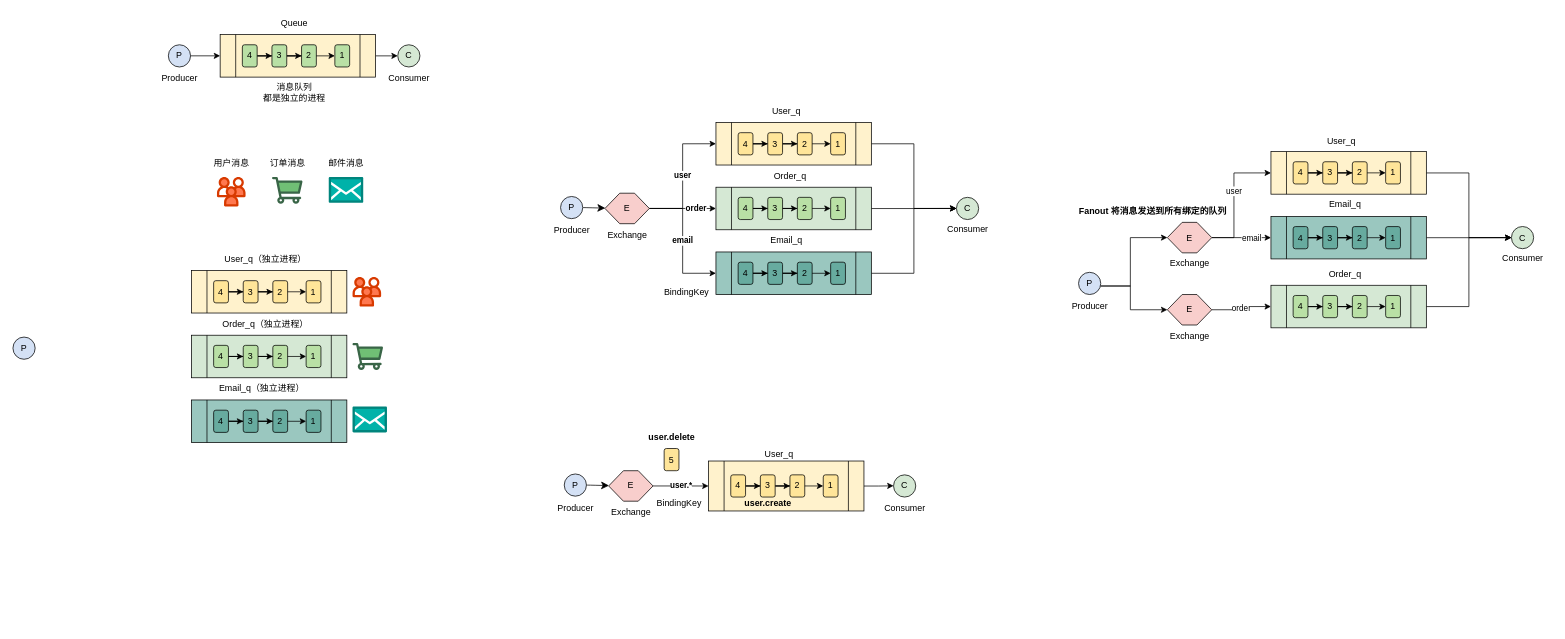
Earlier version of the draw.io diagram Drawio/RabbitMQ.drawio (RainbowJier/RabbitMQ). Source tidied: cells renumbered, new cells numbered last; positions are measured from the earlier drawing's top-left corner, leaving out a move shared by most shapes. Both pictures are drawn from the tidied source at 74%, with x=0, y=0 at pixel (13, 12).
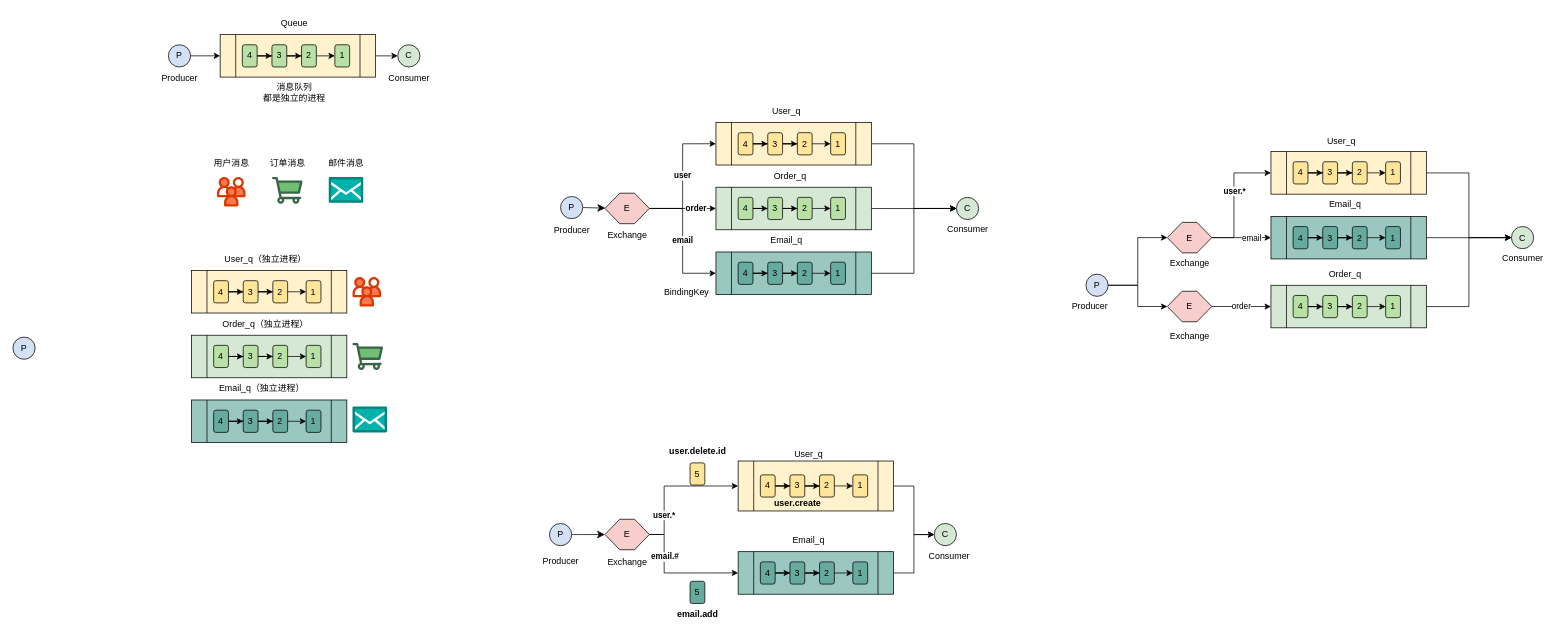
The same diagram, later.

The change refers to these unchanged cells:
```xml
<mxCell id="135" style="edgeStyle=orthogonalEdgeStyle;rounded=0;jettySize=auto;html=1;entryX=0;entryY=0.5;entryDx=0;entryDy=0;fontStyle=1;" parent="1" edge="1" source="139" target="120">
  <mxGeometry relative="1" as="geometry">
    <Array as="points">
      <mxPoint x="1650" y="305" />
      <mxPoint x="1650" y="217" />
    </Array>
  </mxGeometry>
</mxCell>
<mxCell id="139" value="E" style="shape=hexagon;perimeter=hexagonPerimeter2;whiteSpace=wrap;html=1;fixedSize=1;fillColor=#F8CECC;" parent="1" vertex="1">
  <mxGeometry x="1560" y="284" width="60" height="41.2" as="geometry" />
</mxCell>
```

The edit, as a diff of the source:
```diff
@@
-    <mxCell id="76" style="shape=process;whiteSpace=wrap;html=1;backgroundOutline=1;fillColor=#9AC7BF;" parent="1" vertex="1">
-      <mxGeometry x="950" y="324" width="210" height="57.5" as="geometry" />
-    </mxCell>
-    <mxCell id="77" style="edgeStyle=orthogonalEdgeStyle;rounded=0;jettySize=auto;html=1;" parent="1" edge="1" source="78" target="80">
-      <mxGeometry relative="1" as="geometry" />
-    </mxCell>
-    <mxCell id="78" value="4" style="rounded=1;whiteSpace=wrap;html=1;fillColor=#67AB9F;" parent="1" vertex="1">
-      <mxGeometry x="980" y="337.8" width="20" height="30" as="geometry" />
-    </mxCell>
-    <mxCell id="79" style="edgeStyle=orthogonalEdgeStyle;rounded=0;jettySize=auto;html=1;" parent="1" edge="1" source="80" target="82">
-      <mxGeometry relative="1" as="geometry" />
-    </mxCell>
-    <mxCell id="80" value="3" style="rounded=1;whiteSpace=wrap;html=1;fillColor=#67AB9F;" parent="1" vertex="1">
-      <mxGeometry x="1020" y="337.8" width="20" height="30" as="geometry" />
-    </mxCell>
-    <mxCell id="81" style="edgeStyle=orthogonalEdgeStyle;rounded=0;orthogonalLoop=1;jettySize=auto;html=1;" parent="1" edge="1">
-      <mxGeometry relative="1" as="geometry">
-        <mxPoint x="1075" y="352.8" as="sourcePoint" />
-        <mxPoint x="1105" y="352.8" as="targetPoint" />
-      </mxGeometry>
-    </mxCell>
-    <mxCell id="82" value="2" style="rounded=1;whiteSpace=wrap;html=1;fillColor=#67AB9F;" parent="1" vertex="1">
-      <mxGeometry x="1060" y="337.8" width="20" height="30" as="geometry" />
-    </mxCell>
-    <mxCell id="83" value="1" style="rounded=1;whiteSpace=wrap;html=1;fillColor=#67AB9F;" parent="1" vertex="1">
-      <mxGeometry x="1105" y="337.8" width="20" height="30" as="geometry" />
-    </mxCell>
-    <mxCell id="84" value="Email_q" style="text;html=1;align=center;verticalAlign=middle;strokeColor=none;fillColor=none;" parent="1" vertex="1">
-      <mxGeometry x="1010" y="294" width="70" height="30" as="geometry" />
-    </mxCell>
@@
-    <mxCell id="97" style="edgeStyle=orthogonalEdgeStyle;rounded=0;jettySize=auto;html=1;" parent="1" edge="1" source="98">
-      <mxGeometry relative="1" as="geometry">
-        <mxPoint x="1190" y="640" as="targetPoint" />
-      </mxGeometry>
-    </mxCell>
+    <mxCell id="167" style="edgeStyle=orthogonalEdgeStyle;rounded=0;jettySize=auto;html=1;entryX=0;entryY=0.5;entryDx=0;entryDy=0;" parent="1" edge="1" source="98" target="110">
+      <mxGeometry relative="1" as="geometry" />
+    </mxCell>
     <mxCell id="98" style="shape=process;whiteSpace=wrap;html=1;backgroundOutline=1;fillColor=#FFF2CC;" parent="1" vertex="1">
-      <mxGeometry x="940" y="606.5" width="210" height="67.5" as="geometry" />
+      <mxGeometry x="980" y="606.5" width="210" height="67.5" as="geometry" />
     </mxCell>
@@
     <mxCell id="100" value="4" style="rounded=1;whiteSpace=wrap;html=1;fillColor=#FFE599;" parent="1" vertex="1">
-      <mxGeometry x="970" y="625.2" width="20" height="30" as="geometry" />
+      <mxGeometry x="1010" y="625.2" width="20" height="30" as="geometry" />
     </mxCell>
@@
     <mxCell id="102" value="3" style="rounded=1;whiteSpace=wrap;html=1;fillColor=#FFE599;" parent="1" vertex="1">
-      <mxGeometry x="1010" y="625.2" width="20" height="30" as="geometry" />
+      <mxGeometry x="1050" y="625.2" width="20" height="30" as="geometry" />
     </mxCell>
     <mxCell id="103" style="edgeStyle=orthogonalEdgeStyle;rounded=0;orthogonalLoop=1;jettySize=auto;html=1;" parent="1" edge="1">
       <mxGeometry relative="1" as="geometry">
-        <mxPoint x="1065" y="640.2" as="sourcePoint" />
-        <mxPoint x="1095" y="640.2" as="targetPoint" />
+        <mxPoint x="1105" y="640.2" as="sourcePoint" />
+        <mxPoint x="1135" y="640.2" as="targetPoint" />
       </mxGeometry>
     </mxCell>
     <mxCell id="104" value="2" style="rounded=1;whiteSpace=wrap;html=1;fillColor=#FFE599;" parent="1" vertex="1">
-      <mxGeometry x="1050" y="625.2" width="20" height="30" as="geometry" />
+      <mxGeometry x="1090" y="625.2" width="20" height="30" as="geometry" />
     </mxCell>
     <mxCell id="105" value="1" style="rounded=1;whiteSpace=wrap;html=1;fillColor=#FFE599;" parent="1" vertex="1">
-      <mxGeometry x="1095" y="625.2" width="20" height="30" as="geometry" />
+      <mxGeometry x="1135" y="625.2" width="20" height="30" as="geometry" />
     </mxCell>
@@
     <mxCell id="107" value="P" style="ellipse;whiteSpace=wrap;html=1;fillColor=#D4E1F5;" parent="1" vertex="1">
-      <mxGeometry x="745" y="624" width="30" height="30" as="geometry" />
+      <mxGeometry x="725" y="690.9" width="30" height="30" as="geometry" />
     </mxCell>
     <mxCell id="108" value="user.*" style="edgeStyle=orthogonalEdgeStyle;rounded=0;jettySize=auto;html=1;entryX=0;entryY=0.5;entryDx=0;entryDy=0;fontStyle=1;" parent="1" edge="1" source="109" target="98">
-      <mxGeometry relative="1" as="geometry" />
+      <mxGeometry x="-0.5" relative="1" as="geometry">
+        <Array as="points">
+          <mxPoint x="880" y="706" />
+          <mxPoint x="880" y="640" />
+        </Array>
+      </mxGeometry>
     </mxCell>
+    <mxCell id="168" style="edgeStyle=orthogonalEdgeStyle;rounded=0;jettySize=auto;html=1;entryX=0;entryY=0.5;entryDx=0;entryDy=0;" parent="1" edge="1" source="109" target="175">
+      <mxGeometry relative="1" as="geometry">
+        <Array as="points">
+          <mxPoint x="880" y="706" />
+          <mxPoint x="880" y="758" />
+        </Array>
+      </mxGeometry>
+    </mxCell>
+    <mxCell id="169" value="email.#" style="edgeLabel;html=1;align=center;verticalAlign=middle;fontStyle=1;" parent="168" vertex="1">
+      <mxGeometry x="-0.42" relative="1" as="geometry" />
+    </mxCell>
     <mxCell id="109" value="E" style="shape=hexagon;perimeter=hexagonPerimeter2;whiteSpace=wrap;html=1;fixedSize=1;fillColor=#F8CECC;" parent="1" vertex="1">
-      <mxGeometry x="805" y="619.6" width="60" height="41.2" as="geometry" />
+      <mxGeometry x="800" y="685.2" width="60" height="41.2" as="geometry" />
     </mxCell>
     <mxCell id="110" value="C" style="ellipse;whiteSpace=wrap;html=1;fillColor=#D5E8D4;" parent="1" vertex="1">
-      <mxGeometry x="1190" y="625.2" width="30" height="30" as="geometry" />
+      <mxGeometry x="1245" y="690.9" width="30" height="30" as="geometry" />
     </mxCell>
     <mxCell id="111" value="User_q" style="text;html=1;align=center;verticalAlign=middle;strokeColor=none;fillColor=none;" parent="1" vertex="1">
-      <mxGeometry x="1005" y="581.5" width="60" height="30" as="geometry" />
+      <mxGeometry x="1045" y="581.5" width="60" height="30" as="geometry" />
     </mxCell>
     <mxCell id="112" value="Producer" style="text;html=1;align=center;verticalAlign=middle;strokeColor=none;fillColor=none;" parent="1" vertex="1">
-      <mxGeometry x="725" y="655.2" width="70" height="30" as="geometry" />
+      <mxGeometry x="705" y="726.5" width="70" height="30" as="geometry" />
     </mxCell>
     <mxCell id="113" value="Exchange" style="text;html=1;align=center;verticalAlign=middle;strokeColor=none;fillColor=none;" parent="1" vertex="1">
-      <mxGeometry x="795" y="660.9" width="80" height="30" as="geometry" />
+      <mxGeometry x="790" y="727.8" width="80" height="30" as="geometry" />
     </mxCell>
-    <mxCell id="114" value="&lt;blockquote style=&quot;margin: 0 0 0 40px; border: none; padding: 0px;&quot;&gt;BindingKey&lt;/blockquote&gt;" style="text;html=1;align=center;verticalAlign=middle;strokeColor=none;fillColor=none;" parent="1" vertex="1">
-      <mxGeometry x="820" y="649" width="120" height="30" as="geometry" />
-    </mxCell>
     <mxCell id="115" value="5" style="rounded=1;whiteSpace=wrap;html=1;fillColor=#FFE599;" parent="1" vertex="1">
-      <mxGeometry x="880" y="589.6" width="20" height="30" as="geometry" />
+      <mxGeometry x="915" y="609" width="20" height="30" as="geometry" />
     </mxCell>
     <mxCell id="116" value="user.create" style="text;html=1;align=center;verticalAlign=middle;strokeColor=none;fillColor=none;fontStyle=1;" parent="1" vertex="1">
-      <mxGeometry x="980" y="649" width="80" height="30" as="geometry" />
+      <mxGeometry x="1020" y="649" width="80" height="30" as="geometry" />
     </mxCell>
     <mxCell id="117" value="Consumer" style="text;html=1;align=center;verticalAlign=middle;strokeColor=none;fillColor=none;" parent="1" vertex="1">
-      <mxGeometry x="1165" y="655.2" width="80" height="30" as="geometry" />
+      <mxGeometry x="1225" y="720.9" width="80" height="30" as="geometry" />
     </mxCell>
-    <mxCell id="118" value="user.delete" style="text;html=1;align=center;verticalAlign=middle;strokeColor=none;fillColor=none;fontStyle=1;" parent="1" vertex="1">
-      <mxGeometry x="850" y="559.6" width="80" height="30" as="geometry" />
+    <mxCell id="118" value="user.delete.id" style="text;html=1;align=center;verticalAlign=middle;strokeColor=none;fillColor=none;fontStyle=1;" parent="1" vertex="1">
+      <mxGeometry x="880" y="579" width="90" height="30" as="geometry" />
     </mxCell>
@@
+    <mxCell id="133" style="edgeStyle=orthogonalEdgeStyle;rounded=0;jettySize=auto;html=1;entryX=0;entryY=0.5;entryDx=0;entryDy=0;" parent="1" edge="1" source="134" target="163">
+      <mxGeometry relative="1" as="geometry" />
+    </mxCell>
     <mxCell id="132" style="edgeStyle=orthogonalEdgeStyle;rounded=0;jettySize=auto;html=1;entryX=0;entryY=0.5;entryDx=0;entryDy=0;" parent="1" edge="1" source="134" target="139">
-      <mxGeometry relative="1" as="geometry">
-        <Array as="points">
-          <mxPoint x="1510" y="370" />
-          <mxPoint x="1510" y="305" />
-        </Array>
-      </mxGeometry>
+      <mxGeometry relative="1" as="geometry" />
     </mxCell>
-    <mxCell id="133" style="edgeStyle=orthogonalEdgeStyle;rounded=0;jettySize=auto;html=1;entryX=0;entryY=0.5;entryDx=0;entryDy=0;" parent="1" edge="1" source="134" target="163">
-      <mxGeometry relative="1" as="geometry">
-        <Array as="points">
-          <mxPoint x="1510" y="370" />
-          <mxPoint x="1510" y="402" />
-        </Array>
-      </mxGeometry>
-    </mxCell>
     <mxCell id="134" value="P" style="ellipse;whiteSpace=wrap;html=1;fillColor=#D4E1F5;" parent="1" vertex="1">
-      <mxGeometry x="1440" y="351.5" width="30" height="30" as="geometry" />
+      <mxGeometry x="1450" y="354" width="30" height="30" as="geometry" />
     </mxCell>
@@
-    <mxCell id="136" value="user" style="edgeLabel;html=1;align=center;verticalAlign=middle;" parent="135" vertex="1">
-      <mxGeometry x="0.11" y="1" relative="1" as="geometry" />
+    <mxCell id="136" value="user.*" style="edgeLabel;html=1;align=center;verticalAlign=middle;fontStyle=1;" parent="135" vertex="1">
+      <mxGeometry x="0.11" y="1" relative="1" as="geometry">
+        <mxPoint x="1" as="offset" />
+      </mxGeometry>
     </mxCell>
@@
     <mxCell id="163" value="E" style="shape=hexagon;perimeter=hexagonPerimeter2;whiteSpace=wrap;html=1;fixedSize=1;fillColor=#F8CECC;" parent="1" vertex="1">
-      <mxGeometry x="1560" y="381.5" width="60" height="41.2" as="geometry" />
+      <mxGeometry x="1560" y="377.1" width="60" height="41.2" as="geometry" />
     </mxCell>
@@
-    <mxCell id="166" value="Fanout 将消息发送到所有绑定的队列" style="text;html=1;align=center;verticalAlign=middle;strokeColor=none;fillColor=none;fontStyle=1;" parent="1" vertex="1">
-      <mxGeometry x="1430" y="254" width="220" height="30" as="geometry" />
-    </mxCell>
+    <mxCell id="170" style="group;" parent="1" vertex="1">
+      <mxGeometry x="950" y="294" width="210" height="87.5" as="geometry" />
+    </mxCell>
+    <mxCell id="84" value="Email_q" style="text;html=1;align=center;verticalAlign=middle;strokeColor=none;fillColor=none;" parent="170" vertex="1">
+      <mxGeometry x="60" width="70" height="30" as="geometry" />
+    </mxCell>
+    <mxCell id="171" style="group;" parent="170" vertex="1">
+      <mxGeometry y="30" width="210" height="57.5" as="geometry" />
+    </mxCell>
+    <mxCell id="76" style="shape=process;whiteSpace=wrap;html=1;backgroundOutline=1;fillColor=#9AC7BF;" parent="171" vertex="1">
+      <mxGeometry width="210" height="57.5" as="geometry" />
+    </mxCell>
+    <mxCell id="77" style="edgeStyle=orthogonalEdgeStyle;rounded=0;jettySize=auto;html=1;" parent="171" edge="1" source="78" target="80">
+      <mxGeometry relative="1" as="geometry" />
+    </mxCell>
+    <mxCell id="78" value="4" style="rounded=1;whiteSpace=wrap;html=1;fillColor=#67AB9F;" parent="171" vertex="1">
+      <mxGeometry x="30" y="13.8" width="20" height="30" as="geometry" />
+    </mxCell>
+    <mxCell id="79" style="edgeStyle=orthogonalEdgeStyle;rounded=0;jettySize=auto;html=1;" parent="171" edge="1" source="80" target="82">
+      <mxGeometry relative="1" as="geometry" />
+    </mxCell>
+    <mxCell id="80" value="3" style="rounded=1;whiteSpace=wrap;html=1;fillColor=#67AB9F;" parent="171" vertex="1">
+      <mxGeometry x="70" y="13.8" width="20" height="30" as="geometry" />
+    </mxCell>
+    <mxCell id="81" style="edgeStyle=orthogonalEdgeStyle;rounded=0;orthogonalLoop=1;jettySize=auto;html=1;" parent="171" edge="1">
+      <mxGeometry relative="1" as="geometry">
+        <mxPoint x="125" y="28.8" as="sourcePoint" />
+        <mxPoint x="155" y="28.8" as="targetPoint" />
+      </mxGeometry>
+    </mxCell>
+    <mxCell id="82" value="2" style="rounded=1;whiteSpace=wrap;html=1;fillColor=#67AB9F;" parent="171" vertex="1">
+      <mxGeometry x="110" y="13.8" width="20" height="30" as="geometry" />
+    </mxCell>
+    <mxCell id="83" value="1" style="rounded=1;whiteSpace=wrap;html=1;fillColor=#67AB9F;" parent="171" vertex="1">
+      <mxGeometry x="155" y="13.8" width="20" height="30" as="geometry" />
+    </mxCell>
+    <mxCell id="172" style="group;" parent="1" vertex="1">
+      <mxGeometry x="980" y="699" width="210" height="87.5" as="geometry" />
+    </mxCell>
+    <mxCell id="173" value="Email_q" style="text;html=1;align=center;verticalAlign=middle;strokeColor=none;fillColor=none;" parent="172" vertex="1">
+      <mxGeometry x="60" width="70" height="30" as="geometry" />
+    </mxCell>
+    <mxCell id="174" style="group;" parent="172" vertex="1">
+      <mxGeometry y="30" width="210" height="57.5" as="geometry" />
+    </mxCell>
+    <mxCell id="175" style="shape=process;whiteSpace=wrap;html=1;backgroundOutline=1;fillColor=#9AC7BF;" parent="174" vertex="1">
+      <mxGeometry width="210" height="57.5" as="geometry" />
+    </mxCell>
+    <mxCell id="176" style="edgeStyle=orthogonalEdgeStyle;rounded=0;jettySize=auto;html=1;" parent="174" edge="1" source="177" target="179">
+      <mxGeometry relative="1" as="geometry" />
+    </mxCell>
+    <mxCell id="177" value="4" style="rounded=1;whiteSpace=wrap;html=1;fillColor=#67AB9F;" parent="174" vertex="1">
+      <mxGeometry x="30" y="13.8" width="20" height="30" as="geometry" />
+    </mxCell>
+    <mxCell id="178" style="edgeStyle=orthogonalEdgeStyle;rounded=0;jettySize=auto;html=1;" parent="174" edge="1" source="179" target="181">
+      <mxGeometry relative="1" as="geometry" />
+    </mxCell>
+    <mxCell id="179" value="3" style="rounded=1;whiteSpace=wrap;html=1;fillColor=#67AB9F;" parent="174" vertex="1">
+      <mxGeometry x="70" y="13.8" width="20" height="30" as="geometry" />
+    </mxCell>
+    <mxCell id="180" style="edgeStyle=orthogonalEdgeStyle;rounded=0;orthogonalLoop=1;jettySize=auto;html=1;" parent="174" edge="1">
+      <mxGeometry relative="1" as="geometry">
+        <mxPoint x="125" y="28.8" as="sourcePoint" />
+        <mxPoint x="155" y="28.8" as="targetPoint" />
+      </mxGeometry>
+    </mxCell>
+    <mxCell id="181" value="2" style="rounded=1;whiteSpace=wrap;html=1;fillColor=#67AB9F;" parent="174" vertex="1">
+      <mxGeometry x="110" y="13.8" width="20" height="30" as="geometry" />
+    </mxCell>
+    <mxCell id="182" value="1" style="rounded=1;whiteSpace=wrap;html=1;fillColor=#67AB9F;" parent="174" vertex="1">
+      <mxGeometry x="155" y="13.8" width="20" height="30" as="geometry" />
+    </mxCell>
+    <mxCell id="183" style="edgeStyle=orthogonalEdgeStyle;rounded=0;jettySize=auto;html=1;entryX=0;entryY=0.5;entryDx=0;entryDy=0;" parent="1" edge="1" source="175" target="110">
+      <mxGeometry relative="1" as="geometry" />
+    </mxCell>
+    <mxCell id="184" value="5" style="rounded=1;whiteSpace=wrap;html=1;fillColor=#67AB9F;" parent="1" vertex="1">
+      <mxGeometry x="915" y="769" width="20" height="30" as="geometry" />
+    </mxCell>
+    <mxCell id="185" value="email.add" style="text;html=1;align=center;verticalAlign=middle;strokeColor=none;fillColor=none;fontStyle=1;" parent="1" vertex="1">
+      <mxGeometry x="885" y="799" width="80" height="30" as="geometry" />
+    </mxCell>
```
